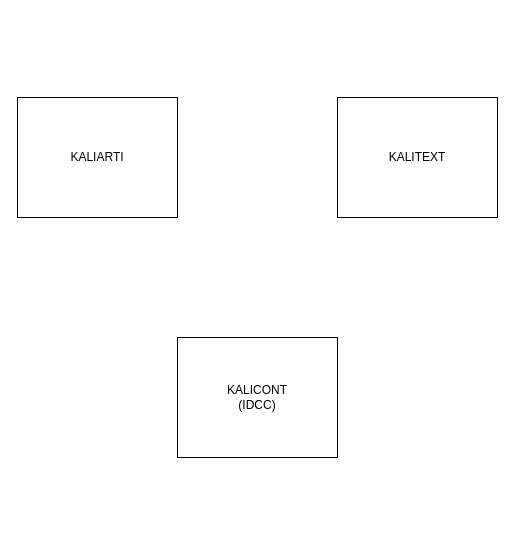
The draw.io diagram diagram/KALI_structure.drawio in szkjn/sandbox_drawio, before the edit. Source tidied: cells renumbered, new cells numbered last; positions are measured from the earlier drawing's top-left corner, leaving out a move shared by most shapes. Both pictures are drawn from the tidied source at 100%, with x=0, y=0 at pixel (17, 97).
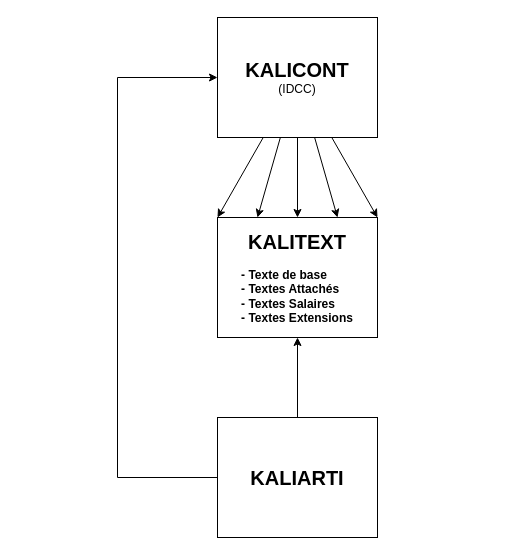
The same page after the edit.

Change to the diagram source:
```diff
@@
 <mxGraphModel>
   <root>
     <mxCell id="0" />
     <mxCell id="1" parent="0" />
+    <mxCell id="5" style="edgeStyle=orthogonalEdgeStyle;rounded=0;jettySize=auto;html=1;entryX=0.5;entryY=1;entryDx=0;entryDy=0;" parent="1" edge="1" source="2" target="3">
+      <mxGeometry relative="1" as="geometry" />
+    </mxCell>
+    <mxCell id="6" style="edgeStyle=orthogonalEdgeStyle;rounded=0;jettySize=auto;html=1;entryX=0;entryY=0.5;entryDx=0;entryDy=0;" parent="1" edge="1" source="2" target="4">
+      <mxGeometry relative="1" as="geometry">
+        <Array as="points">
+          <mxPoint x="100" y="380" />
+          <mxPoint x="100" y="-20" />
+        </Array>
+      </mxGeometry>
+    </mxCell>
-    <mxCell id="2" value="KALIARTI" style="rounded=0;whiteSpace=wrap;html=1;" parent="1" vertex="1">
-      <mxGeometry width="160" height="120" as="geometry" />
+    <mxCell id="2" value="&lt;b&gt;&lt;font style=&quot;font-size: 20px;&quot;&gt;KALIARTI&lt;/font&gt;&lt;/b&gt;" style="rounded=0;whiteSpace=wrap;html=1;" parent="1" vertex="1">
+      <mxGeometry x="200" y="320" width="160" height="120" as="geometry" />
     </mxCell>
-    <mxCell id="3" value="KALITEXT" style="rounded=0;whiteSpace=wrap;html=1;" parent="1" vertex="1">
-      <mxGeometry x="320" width="160" height="120" as="geometry" />
+    <mxCell id="3" value="&lt;b&gt;&lt;font style=&quot;font-size: 20px;&quot;&gt;KALITEXT&lt;/font&gt;&lt;/b&gt;&lt;div&gt;&lt;b&gt;&lt;br&gt;&lt;/b&gt;&lt;div style=&quot;text-align: left;&quot;&gt;&lt;b&gt;- Texte de base&lt;/b&gt;&lt;/div&gt;&lt;div style=&quot;text-align: left;&quot;&gt;&lt;b&gt;- Textes Attachés&lt;/b&gt;&lt;/div&gt;&lt;div style=&quot;text-align: left;&quot;&gt;&lt;b&gt;- Textes Salaires&lt;/b&gt;&lt;/div&gt;&lt;div style=&quot;text-align: left;&quot;&gt;&lt;b&gt;- Textes Extensions&lt;/b&gt;&lt;/div&gt;&lt;/div&gt;" style="rounded=0;whiteSpace=wrap;html=1;align=center;" parent="1" vertex="1">
+      <mxGeometry x="200" y="120" width="160" height="120" as="geometry" />
     </mxCell>
+    <mxCell id="7" style="rounded=0;jettySize=auto;html=1;entryX=0;entryY=0;entryDx=0;entryDy=0;" parent="1" edge="1" source="4" target="3">
+      <mxGeometry relative="1" as="geometry" />
+    </mxCell>
+    <mxCell id="8" style="rounded=0;jettySize=auto;html=1;entryX=0.25;entryY=0;entryDx=0;entryDy=0;" parent="1" edge="1" source="4" target="3">
+      <mxGeometry relative="1" as="geometry" />
+    </mxCell>
+    <mxCell id="9" style="edgeStyle=orthogonalEdgeStyle;rounded=0;jettySize=auto;html=1;entryX=0.5;entryY=0;entryDx=0;entryDy=0;" parent="1" edge="1" source="4" target="3">
+      <mxGeometry relative="1" as="geometry" />
+    </mxCell>
+    <mxCell id="10" style="rounded=0;jettySize=auto;html=1;entryX=0.75;entryY=0;entryDx=0;entryDy=0;" parent="1" edge="1" source="4" target="3">
+      <mxGeometry relative="1" as="geometry" />
+    </mxCell>
+    <mxCell id="11" style="rounded=0;jettySize=auto;html=1;entryX=1;entryY=0;entryDx=0;entryDy=0;" parent="1" edge="1" source="4" target="3">
+      <mxGeometry relative="1" as="geometry" />
+    </mxCell>
-    <mxCell id="4" value="KALICONT&lt;div&gt;(IDCC)&lt;/div&gt;" style="rounded=0;whiteSpace=wrap;html=1;" parent="1" vertex="1">
-      <mxGeometry x="160" y="240" width="160" height="120" as="geometry" />
+    <mxCell id="4" value="&lt;b&gt;&lt;font style=&quot;font-size: 20px;&quot;&gt;KALICONT&lt;/font&gt;&lt;/b&gt;&lt;div&gt;(IDCC)&lt;/div&gt;" style="rounded=0;whiteSpace=wrap;html=1;" parent="1" vertex="1">
+      <mxGeometry x="200" y="-80" width="160" height="120" as="geometry" />
     </mxCell>
   </root>
 </mxGraphModel>
```
